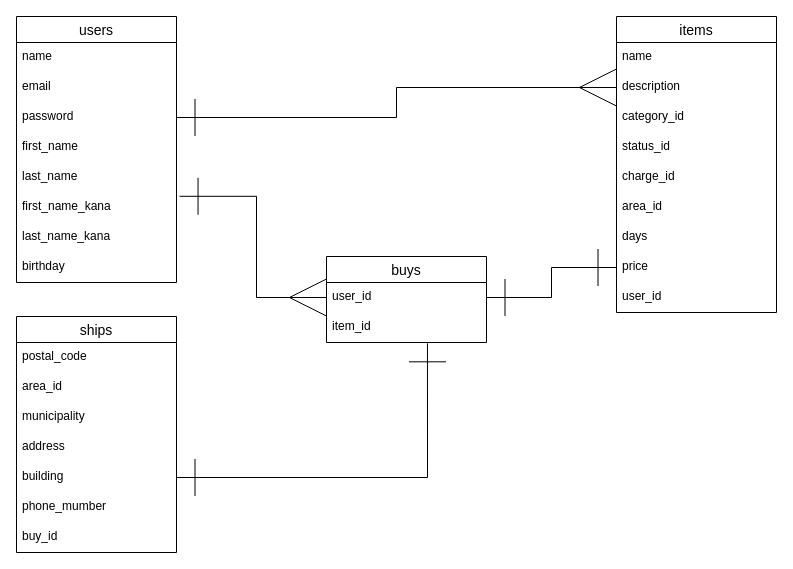
Earlier version of the draw.io diagram test.dio (SUTERA161953/furima-35196). Source tidied: cells renumbered, new cells numbered last; positions are measured from the earlier drawing's top-left corner, leaving out a move shared by most shapes. Both pictures are drawn from the tidied source at 100%, with x=0, y=0 at pixel (16, 16).
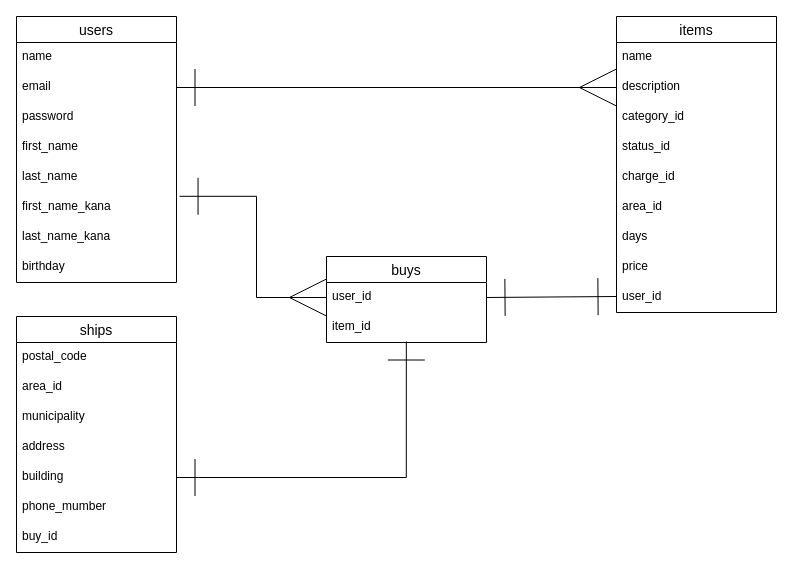
After the change.

Unchanged cells that the change refers to:
```xml
<mxCell id="4" value="email" style="text;strokeColor=none;fillColor=none;spacingLeft=4;spacingRight=4;overflow=hidden;points=[[0,0.5],[1,0.5]];portConstraint=eastwest;fontSize=12;" parent="2" vertex="1">
  <mxGeometry y="56" width="160" height="30" as="geometry" />
</mxCell>
<mxCell id="5" value="password" style="text;strokeColor=none;fillColor=none;spacingLeft=4;spacingRight=4;overflow=hidden;points=[[0,0.5],[1,0.5]];portConstraint=eastwest;fontSize=12;" parent="2" vertex="1">
  <mxGeometry y="86" width="160" height="30" as="geometry" />
</mxCell>
<mxCell id="13" value="description" style="text;strokeColor=none;fillColor=none;spacingLeft=4;spacingRight=4;overflow=hidden;points=[[0,0.5],[1,0.5]];portConstraint=eastwest;fontSize=12;" parent="11" vertex="1">
  <mxGeometry y="56" width="160" height="30" as="geometry" />
</mxCell>
<mxCell id="19" value="price" style="text;strokeColor=none;fillColor=none;spacingLeft=4;spacingRight=4;overflow=hidden;points=[[0,0.5],[1,0.5]];portConstraint=eastwest;fontSize=12;" parent="11" vertex="1">
  <mxGeometry y="236" width="160" height="30" as="geometry" />
</mxCell>
<mxCell id="23" value="user_id" style="text;strokeColor=none;fillColor=none;spacingLeft=4;spacingRight=4;overflow=hidden;points=[[0,0.5],[1,0.5]];portConstraint=eastwest;fontSize=12;" parent="22" vertex="1">
  <mxGeometry y="26" width="160" height="30" as="geometry" />
</mxCell>
<mxCell id="24" value="item_id" style="text;strokeColor=none;fillColor=none;spacingLeft=4;spacingRight=4;overflow=hidden;points=[[0,0.5],[1,0.5]];portConstraint=eastwest;fontSize=12;" parent="22" vertex="1">
  <mxGeometry y="56" width="160" height="30" as="geometry" />
</mxCell>
<mxCell id="30" value="building" style="text;strokeColor=none;fillColor=none;spacingLeft=4;spacingRight=4;overflow=hidden;points=[[0,0.5],[1,0.5]];portConstraint=eastwest;fontSize=12;" parent="25" vertex="1">
  <mxGeometry y="146" width="160" height="30" as="geometry" />
</mxCell>
```

Change to the diagram source:
```diff
@@
-    <mxCell id="21" style="edgeStyle=orthogonalEdgeStyle;rounded=0;jettySize=auto;html=1;exitX=1;exitY=0.5;exitDx=0;exitDy=0;entryX=0;entryY=0.5;entryDx=0;entryDy=0;endArrow=ERmany;endFill=0;endSize=35;startArrow=ERone;startFill=0;startSize=35;sourcePerimeterSpacing=0;" parent="1" edge="1" source="5" target="13">
+    <mxCell id="21" style="edgeStyle=orthogonalEdgeStyle;rounded=0;jettySize=auto;html=1;exitX=1;exitY=0.5;exitDx=0;exitDy=0;entryX=0;entryY=0.5;entryDx=0;entryDy=0;endArrow=ERmany;endFill=0;endSize=35;startArrow=ERone;startFill=0;startSize=35;sourcePerimeterSpacing=0;" parent="1" edge="1" source="4" target="13">
       <mxGeometry relative="1" as="geometry" />
     </mxCell>
@@
-    <mxCell id="33" style="edgeStyle=orthogonalEdgeStyle;rounded=0;jettySize=auto;html=1;exitX=1;exitY=0.5;exitDx=0;exitDy=0;entryX=0;entryY=0.5;entryDx=0;entryDy=0;startArrow=ERone;startFill=0;startSize=35;sourcePerimeterSpacing=0;endArrow=ERone;endFill=0;endSize=35;" parent="1" edge="1" source="23" target="19">
-      <mxGeometry relative="1" as="geometry" />
+    <mxCell id="33" style="edgeStyle=orthogonalEdgeStyle;rounded=0;jettySize=auto;html=1;exitX=1;exitY=0.5;exitDx=0;exitDy=0;startArrow=ERone;startFill=0;startSize=35;sourcePerimeterSpacing=0;endArrow=ERone;endFill=0;endSize=35;" parent="1" edge="1" source="23">
+      <mxGeometry relative="1" as="geometry">
+        <mxPoint x="600" y="280" as="targetPoint" />
+        <Array as="points">
+          <mxPoint x="600" y="281" />
+        </Array>
+      </mxGeometry>
     </mxCell>
@@
-    <mxCell id="35" style="edgeStyle=orthogonalEdgeStyle;rounded=0;jettySize=auto;html=1;exitX=1;exitY=0.5;exitDx=0;exitDy=0;startArrow=ERone;startFill=0;startSize=35;sourcePerimeterSpacing=0;endArrow=ERone;endFill=0;endSize=35;entryX=0.631;entryY=1.027;entryDx=0;entryDy=0;entryPerimeter=0;" parent="1" edge="1" source="30" target="24">
+    <mxCell id="35" style="edgeStyle=orthogonalEdgeStyle;rounded=0;jettySize=auto;html=1;exitX=1;exitY=0.5;exitDx=0;exitDy=0;startArrow=ERone;startFill=0;startSize=35;sourcePerimeterSpacing=0;endArrow=ERone;endFill=0;endSize=35;entryX=0.499;entryY=0.967;entryDx=0;entryDy=0;entryPerimeter=0;" parent="1" edge="1" source="30" target="24">
       <mxGeometry relative="1" as="geometry" />
     </mxCell>
```
